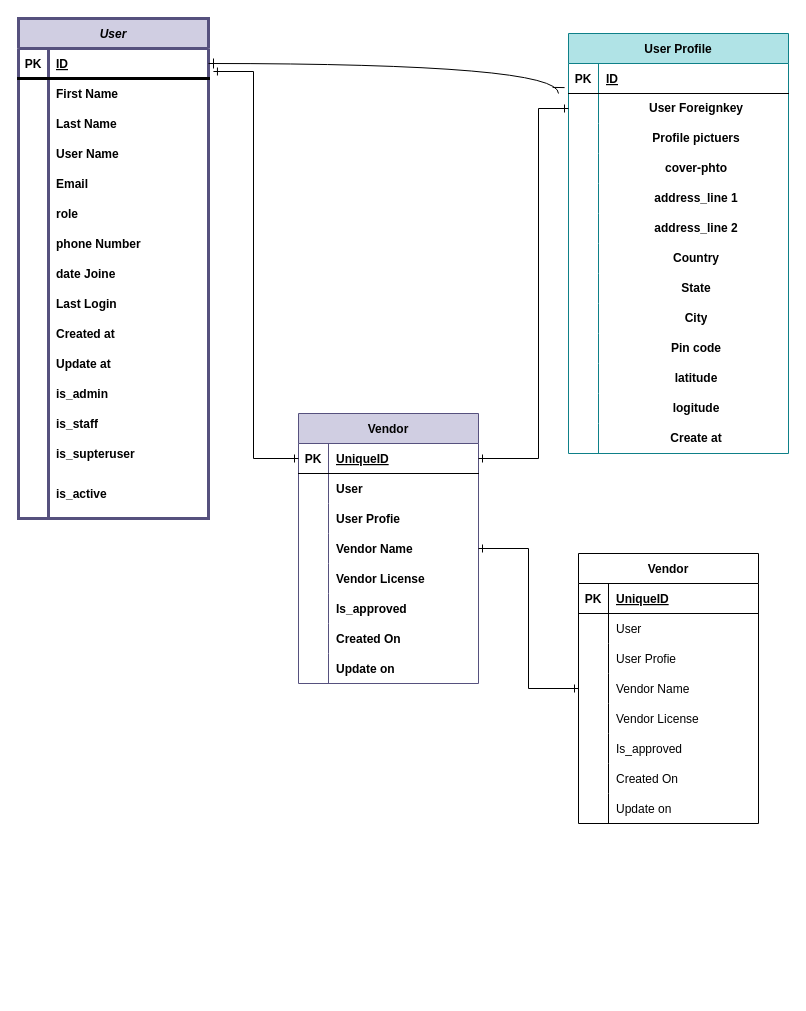
This is databases.drawio from Ali-Sina-255/Django-Multi-Vendors-restaurants, a draw.io file, before an edit. Source tidied: cells renumbered, new cells numbered last; positions are measured from the earlier drawing's top-left corner, leaving out a move shared by most shapes. Both pictures are drawn from the tidied source at 100%, with x=0, y=0 at pixel (18, 18).
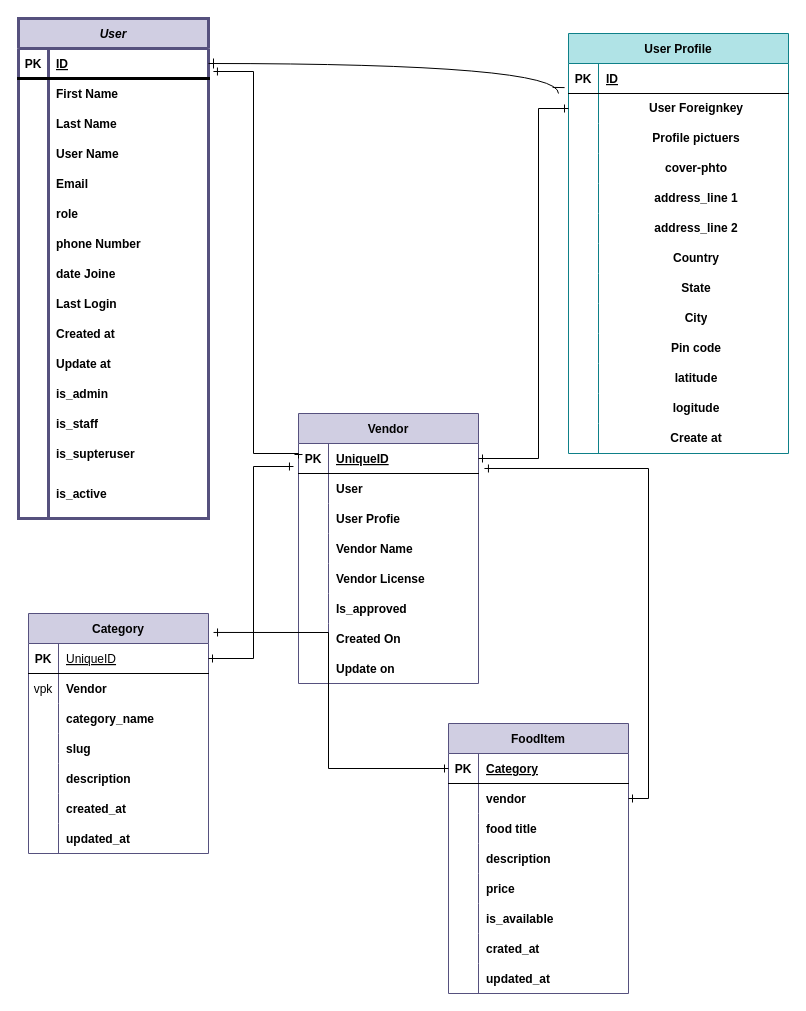
After the change.

The change refers to these unchanged cells:
```xml
<mxCell id="43" style="shape=tableRow;horizontal=0;startSize=0;swimlaneHead=0;swimlaneBody=0;fillColor=none;points=[[0,0.5],[1,0.5]];portConstraint=eastwest;top=0;left=0;right=0;bottom=1;strokeWidth=3;" parent="42" vertex="1">
  <mxGeometry y="30" width="190" height="30" as="geometry" />
</mxCell>
<mxCell id="90" style="shape=tableRow;horizontal=0;startSize=0;swimlaneHead=0;swimlaneBody=0;fillColor=none;points=[[0,0.5],[1,0.5]];portConstraint=eastwest;top=0;left=0;right=0;bottom=1;" parent="89" vertex="1">
  <mxGeometry y="30" width="180" height="30" as="geometry" />
</mxCell>
<mxCell id="99" style="shape=tableRow;horizontal=0;startSize=0;swimlaneHead=0;swimlaneBody=0;fillColor=none;points=[[0,0.5],[1,0.5]];portConstraint=eastwest;top=0;left=0;right=0;bottom=0;" parent="89" vertex="1">
  <mxGeometry y="120" width="180" height="30" as="geometry" />
</mxCell>
```

What changed in the source:
```diff
@@
     <mxCell id="114" style="edgeStyle=orthogonalEdgeStyle;rounded=0;jettySize=auto;html=1;exitX=0;exitY=0.5;exitDx=0;exitDy=0;entryX=1.026;entryY=0.767;entryDx=0;entryDy=0;entryPerimeter=0;startArrow=ERone;startFill=0;endArrow=ERone;endFill=0;" parent="1" edge="1" source="90" target="43">
-      <mxGeometry relative="1" as="geometry" />
+      <mxGeometry relative="1" as="geometry">
+        <Array as="points">
+          <mxPoint x="280" y="435" />
+          <mxPoint x="235" y="435" />
+          <mxPoint x="235" y="53" />
+        </Array>
+      </mxGeometry>
     </mxCell>
+    <mxCell id="141" style="edgeStyle=orthogonalEdgeStyle;rounded=0;jettySize=auto;html=1;exitX=1;exitY=0.5;exitDx=0;exitDy=0;entryX=0;entryY=0.5;entryDx=0;entryDy=0;startArrow=ERone;startFill=0;endArrow=ERone;endFill=0;" parent="1" edge="1" source="90">
+      <mxGeometry relative="1" as="geometry">
+        <mxPoint x="550" y="90" as="targetPoint" />
+        <Array as="points">
+          <mxPoint x="520" y="440" />
+          <mxPoint x="520" y="90" />
+        </Array>
+      </mxGeometry>
+    </mxCell>
+    <mxCell id="142" value="Category" style="shape=table;startSize=30;childLayout=tableLayout;rowLines=0;fontStyle=1;align=center;fillColor=#d0cee2;strokeColor=#56517e;" parent="1" vertex="1">
+      <mxGeometry x="10" y="595" width="180" height="240" as="geometry" />
+    </mxCell>
+    <mxCell id="143" style="shape=tableRow;horizontal=0;startSize=0;swimlaneHead=0;swimlaneBody=0;fillColor=none;points=[[0,0.5],[1,0.5]];portConstraint=eastwest;top=0;left=0;right=0;bottom=1;" parent="142" vertex="1">
+      <mxGeometry y="30" width="180" height="30" as="geometry" />
+    </mxCell>
+    <mxCell id="144" value="PK" style="shape=partialRectangle;fillColor=none;top=0;left=0;bottom=0;right=0;fontStyle=1;overflow=hidden;" parent="143" vertex="1">
+      <mxGeometry width="30" height="30" as="geometry" />
+    </mxCell>
+    <mxCell id="118" value="UniqueID" style="shape=partialRectangle;fillColor=none;top=0;left=0;bottom=0;right=0;align=left;spacingLeft=6;fontStyle=4;overflow=hidden;" parent="143" vertex="1">
+      <mxGeometry x="30" width="150" height="30" as="geometry" />
+    </mxCell>
+    <mxCell id="145" style="shape=tableRow;horizontal=0;startSize=0;swimlaneHead=0;swimlaneBody=0;fillColor=none;top=0;left=0;right=0;bottom=0;" parent="142" vertex="1">
+      <mxGeometry y="60" width="180" height="30" as="geometry" />
+    </mxCell>
+    <mxCell id="146" value="vpk" style="shape=partialRectangle;fillColor=none;top=0;left=0;bottom=0;right=0;overflow=hidden;" parent="145" vertex="1">
+      <mxGeometry width="30" height="30" as="geometry" />
+    </mxCell>
-    <mxCell id="115" value="Vendor" style="shape=table;startSize=30;childLayout=tableLayout;rowLines=0;fontStyle=1;align=center;" parent="1" vertex="1">
-      <mxGeometry x="560" y="535" width="180" height="270" as="geometry" />
+    <mxCell id="115" value="Vendor" style="shape=partialRectangle;fillColor=none;top=0;left=0;bottom=0;right=0;align=left;spacingLeft=6;overflow=hidden;fontStyle=1;" parent="145" vertex="1">
+      <mxGeometry x="30" width="150" height="30" as="geometry" />
     </mxCell>
-    <mxCell id="116" style="shape=tableRow;horizontal=0;startSize=0;swimlaneHead=0;swimlaneBody=0;fillColor=none;top=0;left=0;right=0;bottom=1;" parent="115" vertex="1">
-      <mxGeometry y="30" width="180" height="30" as="geometry" />
-    </mxCell>
-    <mxCell id="117" value="PK" style="shape=partialRectangle;fillColor=none;top=0;left=0;bottom=0;right=0;fontStyle=1;overflow=hidden;" parent="116" vertex="1">
-      <mxGeometry width="30" height="30" as="geometry" />
-    </mxCell>
-    <mxCell id="118" value="UniqueID" style="shape=partialRectangle;fillColor=none;top=0;left=0;bottom=0;right=0;align=left;spacingLeft=6;fontStyle=5;overflow=hidden;" parent="116" vertex="1">
-      <mxGeometry x="30" width="150" height="30" as="geometry" />
-    </mxCell>
-    <mxCell id="119" style="shape=tableRow;horizontal=0;startSize=0;swimlaneHead=0;swimlaneBody=0;fillColor=none;top=0;left=0;right=0;bottom=0;" parent="115" vertex="1">
-      <mxGeometry y="60" width="180" height="30" as="geometry" />
-    </mxCell>
-    <mxCell id="120" style="shape=partialRectangle;fillColor=none;top=0;left=0;bottom=0;right=0;overflow=hidden;" parent="119" vertex="1">
-      <mxGeometry width="30" height="30" as="geometry" />
-    </mxCell>
-    <mxCell id="121" value="User" style="shape=partialRectangle;fillColor=none;top=0;left=0;bottom=0;right=0;align=left;spacingLeft=6;overflow=hidden;" parent="119" vertex="1">
-      <mxGeometry x="30" width="150" height="30" as="geometry" />
-    </mxCell>
-    <mxCell id="122" style="shape=tableRow;horizontal=0;startSize=0;swimlaneHead=0;swimlaneBody=0;fillColor=none;top=0;left=0;right=0;bottom=0;" parent="115" vertex="1">
-      <mxGeometry y="90" width="180" height="30" as="geometry" />
-    </mxCell>
-    <mxCell id="123" style="shape=partialRectangle;fillColor=none;top=0;left=0;bottom=0;right=0;overflow=hidden;" parent="122" vertex="1">
-      <mxGeometry width="30" height="30" as="geometry" />
-    </mxCell>
-    <mxCell id="124" value="User Profie" style="shape=partialRectangle;fillColor=none;top=0;left=0;bottom=0;right=0;align=left;spacingLeft=6;overflow=hidden;" parent="122" vertex="1">
-      <mxGeometry x="30" width="150" height="30" as="geometry" />
-    </mxCell>
-    <mxCell id="125" style="shape=tableRow;horizontal=0;startSize=0;swimlaneHead=0;swimlaneBody=0;fillColor=none;top=0;left=0;right=0;bottom=0;" parent="115" vertex="1">
-      <mxGeometry y="120" width="180" height="30" as="geometry" />
-    </mxCell>
-    <mxCell id="126" style="shape=partialRectangle;fillColor=none;top=0;left=0;bottom=0;right=0;overflow=hidden;" parent="125" vertex="1">
-      <mxGeometry width="30" height="30" as="geometry" />
-    </mxCell>
-    <mxCell id="127" value="Vendor Name" style="shape=partialRectangle;fillColor=none;top=0;left=0;bottom=0;right=0;align=left;spacingLeft=6;overflow=hidden;" parent="125" vertex="1">
-      <mxGeometry x="30" width="150" height="30" as="geometry" />
-    </mxCell>
-    <mxCell id="128" style="shape=tableRow;horizontal=0;startSize=0;swimlaneHead=0;swimlaneBody=0;fillColor=none;top=0;left=0;right=0;bottom=0;" parent="115" vertex="1">
-      <mxGeometry y="150" width="180" height="30" as="geometry" />
-    </mxCell>
-    <mxCell id="129" style="shape=partialRectangle;fillColor=none;top=0;left=0;bottom=0;right=0;overflow=hidden;" parent="128" vertex="1">
-      <mxGeometry width="30" height="30" as="geometry" />
-    </mxCell>
-    <mxCell id="130" value="Vendor License" style="shape=partialRectangle;fillColor=none;top=0;left=0;bottom=0;right=0;align=left;spacingLeft=6;overflow=hidden;" parent="128" vertex="1">
-      <mxGeometry x="30" width="150" height="30" as="geometry" />
-    </mxCell>
-    <mxCell id="131" style="shape=tableRow;horizontal=0;startSize=0;swimlaneHead=0;swimlaneBody=0;fillColor=none;top=0;left=0;right=0;bottom=0;" parent="115" vertex="1">
-      <mxGeometry y="180" width="180" height="30" as="geometry" />
-    </mxCell>
-    <mxCell id="132" style="shape=partialRectangle;fillColor=none;top=0;left=0;bottom=0;right=0;overflow=hidden;" parent="131" vertex="1">
-      <mxGeometry width="30" height="30" as="geometry" />
-    </mxCell>
-    <mxCell id="133" value="Is_approved" style="shape=partialRectangle;fillColor=none;top=0;left=0;bottom=0;right=0;align=left;spacingLeft=6;overflow=hidden;" parent="131" vertex="1">
-      <mxGeometry x="30" width="150" height="30" as="geometry" />
-    </mxCell>
-    <mxCell id="134" style="shape=tableRow;horizontal=0;startSize=0;swimlaneHead=0;swimlaneBody=0;fillColor=none;top=0;left=0;right=0;bottom=0;" parent="115" vertex="1">
-      <mxGeometry y="210" width="180" height="30" as="geometry" />
-    </mxCell>
-    <mxCell id="135" style="shape=partialRectangle;fillColor=none;top=0;left=0;bottom=0;right=0;overflow=hidden;" parent="134" vertex="1">
-      <mxGeometry width="30" height="30" as="geometry" />
-    </mxCell>
-    <mxCell id="136" value="Created On " style="shape=partialRectangle;fillColor=none;top=0;left=0;bottom=0;right=0;align=left;spacingLeft=6;overflow=hidden;" parent="134" vertex="1">
-      <mxGeometry x="30" width="150" height="30" as="geometry" />
-    </mxCell>
+    <mxCell id="147" style="shape=tableRow;horizontal=0;startSize=0;swimlaneHead=0;swimlaneBody=0;fillColor=none;top=0;left=0;right=0;bottom=0;" parent="142" vertex="1">
+      <mxGeometry y="90" width="180" height="30" as="geometry" />
+    </mxCell>
+    <mxCell id="148" style="shape=partialRectangle;fillColor=none;top=0;left=0;bottom=0;right=0;overflow=hidden;" parent="147" vertex="1">
+      <mxGeometry width="30" height="30" as="geometry" />
+    </mxCell>
+    <mxCell id="149" value="category_name" style="shape=partialRectangle;fillColor=none;top=0;left=0;bottom=0;right=0;align=left;spacingLeft=6;overflow=hidden;fontStyle=1;" parent="147" vertex="1">
+      <mxGeometry x="30" width="150" height="30" as="geometry" />
+    </mxCell>
+    <mxCell id="150" style="shape=tableRow;horizontal=0;startSize=0;swimlaneHead=0;swimlaneBody=0;fillColor=none;top=0;left=0;right=0;bottom=0;" parent="142" vertex="1">
+      <mxGeometry y="120" width="180" height="30" as="geometry" />
+    </mxCell>
+    <mxCell id="151" style="shape=partialRectangle;fillColor=none;top=0;left=0;bottom=0;right=0;overflow=hidden;" parent="150" vertex="1">
+      <mxGeometry width="30" height="30" as="geometry" />
+    </mxCell>
+    <mxCell id="152" value="slug" style="shape=partialRectangle;fillColor=none;top=0;left=0;bottom=0;right=0;align=left;spacingLeft=6;overflow=hidden;fontStyle=1;" parent="150" vertex="1">
+      <mxGeometry x="30" width="150" height="30" as="geometry" />
+    </mxCell>
+    <mxCell id="153" style="shape=tableRow;horizontal=0;startSize=0;swimlaneHead=0;swimlaneBody=0;fillColor=none;top=0;left=0;right=0;bottom=0;" parent="142" vertex="1">
+      <mxGeometry y="150" width="180" height="30" as="geometry" />
+    </mxCell>
+    <mxCell id="154" style="shape=partialRectangle;fillColor=none;top=0;left=0;bottom=0;right=0;overflow=hidden;" parent="153" vertex="1">
+      <mxGeometry width="30" height="30" as="geometry" />
+    </mxCell>
+    <mxCell id="155" value="description " style="shape=partialRectangle;fillColor=none;top=0;left=0;bottom=0;right=0;align=left;spacingLeft=6;overflow=hidden;fontStyle=1;" parent="153" vertex="1">
+      <mxGeometry x="30" width="150" height="30" as="geometry" />
+    </mxCell>
+    <mxCell id="156" style="shape=tableRow;horizontal=0;startSize=0;swimlaneHead=0;swimlaneBody=0;fillColor=none;top=0;left=0;right=0;bottom=0;" parent="142" vertex="1">
+      <mxGeometry y="180" width="180" height="30" as="geometry" />
+    </mxCell>
+    <mxCell id="157" style="shape=partialRectangle;fillColor=none;top=0;left=0;bottom=0;right=0;overflow=hidden;" parent="156" vertex="1">
+      <mxGeometry width="30" height="30" as="geometry" />
+    </mxCell>
+    <mxCell id="158" value="created_at" style="shape=partialRectangle;fillColor=none;top=0;left=0;bottom=0;right=0;align=left;spacingLeft=6;overflow=hidden;fontStyle=1;" parent="156" vertex="1">
+      <mxGeometry x="30" width="150" height="30" as="geometry" />
+    </mxCell>
+    <mxCell id="159" style="shape=tableRow;horizontal=0;startSize=0;swimlaneHead=0;swimlaneBody=0;fillColor=none;top=0;left=0;right=0;bottom=0;" parent="142" vertex="1">
+      <mxGeometry y="210" width="180" height="30" as="geometry" />
+    </mxCell>
+    <mxCell id="160" style="shape=partialRectangle;fillColor=none;top=0;left=0;bottom=0;right=0;overflow=hidden;" parent="159" vertex="1">
+      <mxGeometry width="30" height="30" as="geometry" />
+    </mxCell>
+    <mxCell id="161" value="updated_at" style="shape=partialRectangle;fillColor=none;top=0;left=0;bottom=0;right=0;align=left;spacingLeft=6;overflow=hidden;fontStyle=1;" parent="159" vertex="1">
+      <mxGeometry x="30" width="150" height="30" as="geometry" />
+    </mxCell>
+    <mxCell id="162" value="FoodItem" style="shape=table;startSize=30;childLayout=tableLayout;rowLines=0;fontStyle=1;align=center;fillColor=#d0cee2;strokeColor=#56517e;" parent="1" vertex="1">
+      <mxGeometry x="430" y="705" width="180" height="270" as="geometry" />
+    </mxCell>
+    <mxCell id="163" style="shape=tableRow;horizontal=0;startSize=0;swimlaneHead=0;swimlaneBody=0;fillColor=none;points=[[0,0.5],[1,0.5]];portConstraint=eastwest;top=0;left=0;right=0;bottom=1;" parent="162" vertex="1">
+      <mxGeometry y="30" width="180" height="30" as="geometry" />
+    </mxCell>
+    <mxCell id="164" value="PK" style="shape=partialRectangle;fillColor=none;top=0;left=0;bottom=0;right=0;fontStyle=1;overflow=hidden;" parent="163" vertex="1">
+      <mxGeometry width="30" height="30" as="geometry" />
+    </mxCell>
+    <mxCell id="165" value="Category" style="shape=partialRectangle;fillColor=none;top=0;left=0;bottom=0;right=0;align=left;spacingLeft=6;fontStyle=5;overflow=hidden;" parent="163" vertex="1">
+      <mxGeometry x="30" width="150" height="30" as="geometry" />
+    </mxCell>
+    <mxCell id="166" style="shape=tableRow;horizontal=0;startSize=0;swimlaneHead=0;swimlaneBody=0;fillColor=none;points=[[0,0.5],[1,0.5]];portConstraint=eastwest;top=0;left=0;right=0;bottom=0;" parent="162" vertex="1">
+      <mxGeometry y="60" width="180" height="30" as="geometry" />
+    </mxCell>
+    <mxCell id="167" style="shape=partialRectangle;fillColor=none;top=0;left=0;bottom=0;right=0;overflow=hidden;" parent="166" vertex="1">
+      <mxGeometry width="30" height="30" as="geometry" />
+    </mxCell>
+    <mxCell id="168" value="vendor" style="shape=partialRectangle;fillColor=none;top=0;left=0;bottom=0;right=0;align=left;spacingLeft=6;overflow=hidden;fontStyle=1;" parent="166" vertex="1">
+      <mxGeometry x="30" width="150" height="30" as="geometry" />
+    </mxCell>
+    <mxCell id="169" style="shape=tableRow;horizontal=0;startSize=0;swimlaneHead=0;swimlaneBody=0;fillColor=none;top=0;left=0;right=0;bottom=0;" parent="162" vertex="1">
+      <mxGeometry y="90" width="180" height="30" as="geometry" />
+    </mxCell>
+    <mxCell id="170" style="shape=partialRectangle;fillColor=none;top=0;left=0;bottom=0;right=0;overflow=hidden;" parent="169" vertex="1">
+      <mxGeometry width="30" height="30" as="geometry" />
+    </mxCell>
+    <mxCell id="171" value="food title" style="shape=partialRectangle;fillColor=none;top=0;left=0;bottom=0;right=0;align=left;spacingLeft=6;overflow=hidden;fontStyle=1;" parent="169" vertex="1">
+      <mxGeometry x="30" width="150" height="30" as="geometry" />
+    </mxCell>
+    <mxCell id="172" style="shape=tableRow;horizontal=0;startSize=0;swimlaneHead=0;swimlaneBody=0;fillColor=none;top=0;left=0;right=0;bottom=0;" parent="162" vertex="1">
+      <mxGeometry y="120" width="180" height="30" as="geometry" />
+    </mxCell>
+    <mxCell id="173" style="shape=partialRectangle;fillColor=none;top=0;left=0;bottom=0;right=0;overflow=hidden;" parent="172" vertex="1">
+      <mxGeometry width="30" height="30" as="geometry" />
+    </mxCell>
+    <mxCell id="174" value="description" style="shape=partialRectangle;fillColor=none;top=0;left=0;bottom=0;right=0;align=left;spacingLeft=6;overflow=hidden;fontStyle=1;" parent="172" vertex="1">
+      <mxGeometry x="30" width="150" height="30" as="geometry" />
+    </mxCell>
+    <mxCell id="175" style="shape=tableRow;horizontal=0;startSize=0;swimlaneHead=0;swimlaneBody=0;fillColor=none;top=0;left=0;right=0;bottom=0;" parent="162" vertex="1">
+      <mxGeometry y="150" width="180" height="30" as="geometry" />
+    </mxCell>
+    <mxCell id="176" style="shape=partialRectangle;fillColor=none;top=0;left=0;bottom=0;right=0;overflow=hidden;" parent="175" vertex="1">
+      <mxGeometry width="30" height="30" as="geometry" />
+    </mxCell>
+    <mxCell id="177" value="price" style="shape=partialRectangle;fillColor=none;top=0;left=0;bottom=0;right=0;align=left;spacingLeft=6;overflow=hidden;fontStyle=1;" parent="175" vertex="1">
+      <mxGeometry x="30" width="150" height="30" as="geometry" />
+    </mxCell>
+    <mxCell id="178" style="shape=tableRow;horizontal=0;startSize=0;swimlaneHead=0;swimlaneBody=0;fillColor=none;top=0;left=0;right=0;bottom=0;" parent="162" vertex="1">
+      <mxGeometry y="180" width="180" height="30" as="geometry" />
+    </mxCell>
+    <mxCell id="179" style="shape=partialRectangle;fillColor=none;top=0;left=0;bottom=0;right=0;overflow=hidden;" parent="178" vertex="1">
+      <mxGeometry width="30" height="30" as="geometry" />
+    </mxCell>
+    <mxCell id="180" value="is_available" style="shape=partialRectangle;fillColor=none;top=0;left=0;bottom=0;right=0;align=left;spacingLeft=6;overflow=hidden;fontStyle=1;" parent="178" vertex="1">
+      <mxGeometry x="30" width="150" height="30" as="geometry" />
+    </mxCell>
+    <mxCell id="181" style="shape=tableRow;horizontal=0;startSize=0;swimlaneHead=0;swimlaneBody=0;fillColor=none;top=0;left=0;right=0;bottom=0;" parent="162" vertex="1">
+      <mxGeometry y="210" width="180" height="30" as="geometry" />
+    </mxCell>
+    <mxCell id="182" style="shape=partialRectangle;fillColor=none;top=0;left=0;bottom=0;right=0;overflow=hidden;" parent="181" vertex="1">
+      <mxGeometry width="30" height="30" as="geometry" />
+    </mxCell>
+    <mxCell id="183" value="crated_at" style="shape=partialRectangle;fillColor=none;top=0;left=0;bottom=0;right=0;align=left;spacingLeft=6;overflow=hidden;fontStyle=1;" parent="181" vertex="1">
+      <mxGeometry x="30" width="150" height="30" as="geometry" />
+    </mxCell>
-    <mxCell id="137" style="shape=tableRow;horizontal=0;startSize=0;swimlaneHead=0;swimlaneBody=0;fillColor=none;top=0;left=0;right=0;bottom=0;" parent="115" vertex="1">
+    <mxCell id="137" style="shape=tableRow;horizontal=0;startSize=0;swimlaneHead=0;swimlaneBody=0;fillColor=none;top=0;left=0;right=0;bottom=0;" parent="162" vertex="1">
       <mxGeometry y="240" width="180" height="30" as="geometry" />
     </mxCell>
-    <mxCell id="138" style="shape=partialRectangle;fillColor=none;top=0;left=0;bottom=0;right=0;overflow=hidden;" parent="137" vertex="1">
-      <mxGeometry width="30" height="30" as="geometry" />
-    </mxCell>
-    <mxCell id="139" value="Update on" style="shape=partialRectangle;fillColor=none;top=0;left=0;bottom=0;right=0;align=left;spacingLeft=6;overflow=hidden;" parent="137" vertex="1">
-      <mxGeometry x="30" width="150" height="30" as="geometry" />
-    </mxCell>
-    <mxCell id="140" style="edgeStyle=orthogonalEdgeStyle;rounded=0;jettySize=auto;html=1;exitX=1;exitY=0.5;exitDx=0;exitDy=0;startArrow=ERone;startFill=0;endArrow=ERone;endFill=0;fontStyle=1;labelBorderColor=default;" parent="1" edge="1" source="99" target="115">
-      <mxGeometry relative="1" as="geometry" />
-    </mxCell>
-    <mxCell id="141" style="edgeStyle=orthogonalEdgeStyle;rounded=0;jettySize=auto;html=1;exitX=1;exitY=0.5;exitDx=0;exitDy=0;entryX=0;entryY=0.5;entryDx=0;entryDy=0;startArrow=ERone;startFill=0;endArrow=ERone;endFill=0;" parent="1" edge="1" source="90">
-      <mxGeometry relative="1" as="geometry">
-        <mxPoint x="550" y="90" as="targetPoint" />
-        <Array as="points">
-          <mxPoint x="520" y="440" />
-          <mxPoint x="520" y="90" />
-        </Array>
-      </mxGeometry>
-    </mxCell>
+    <mxCell id="184" style="shape=partialRectangle;fillColor=none;top=0;left=0;bottom=0;right=0;overflow=hidden;" parent="137" vertex="1">
+      <mxGeometry width="30" height="30" as="geometry" />
+    </mxCell>
+    <mxCell id="185" value="updated_at" style="shape=partialRectangle;fillColor=none;top=0;left=0;bottom=0;right=0;align=left;spacingLeft=6;overflow=hidden;fontStyle=1;" parent="137" vertex="1">
+      <mxGeometry x="30" width="150" height="30" as="geometry" />
+    </mxCell>
+    <mxCell id="186" style="edgeStyle=orthogonalEdgeStyle;rounded=0;jettySize=auto;html=1;exitX=1;exitY=0.5;exitDx=0;exitDy=0;entryX=-0.028;entryY=0.767;entryDx=0;entryDy=0;entryPerimeter=0;startArrow=ERone;startFill=0;endArrow=ERone;endFill=0;" parent="1" edge="1" source="143" target="90">
+      <mxGeometry relative="1" as="geometry" />
+    </mxCell>
+    <mxCell id="187" style="edgeStyle=orthogonalEdgeStyle;rounded=0;jettySize=auto;html=1;exitX=0;exitY=0.5;exitDx=0;exitDy=0;entryX=1.028;entryY=0.079;entryDx=0;entryDy=0;entryPerimeter=0;startArrow=ERone;startFill=0;endArrow=ERone;endFill=0;" parent="1" edge="1" source="163" target="142">
+      <mxGeometry relative="1" as="geometry" />
+    </mxCell>
+    <mxCell id="188" style="edgeStyle=orthogonalEdgeStyle;rounded=0;jettySize=auto;html=1;exitX=1;exitY=0.5;exitDx=0;exitDy=0;entryX=1.033;entryY=0.833;entryDx=0;entryDy=0;entryPerimeter=0;startArrow=ERone;startFill=0;endArrow=ERone;endFill=0;" parent="1" edge="1" source="166" target="90">
+      <mxGeometry relative="1" as="geometry" />
+    </mxCell>
```
